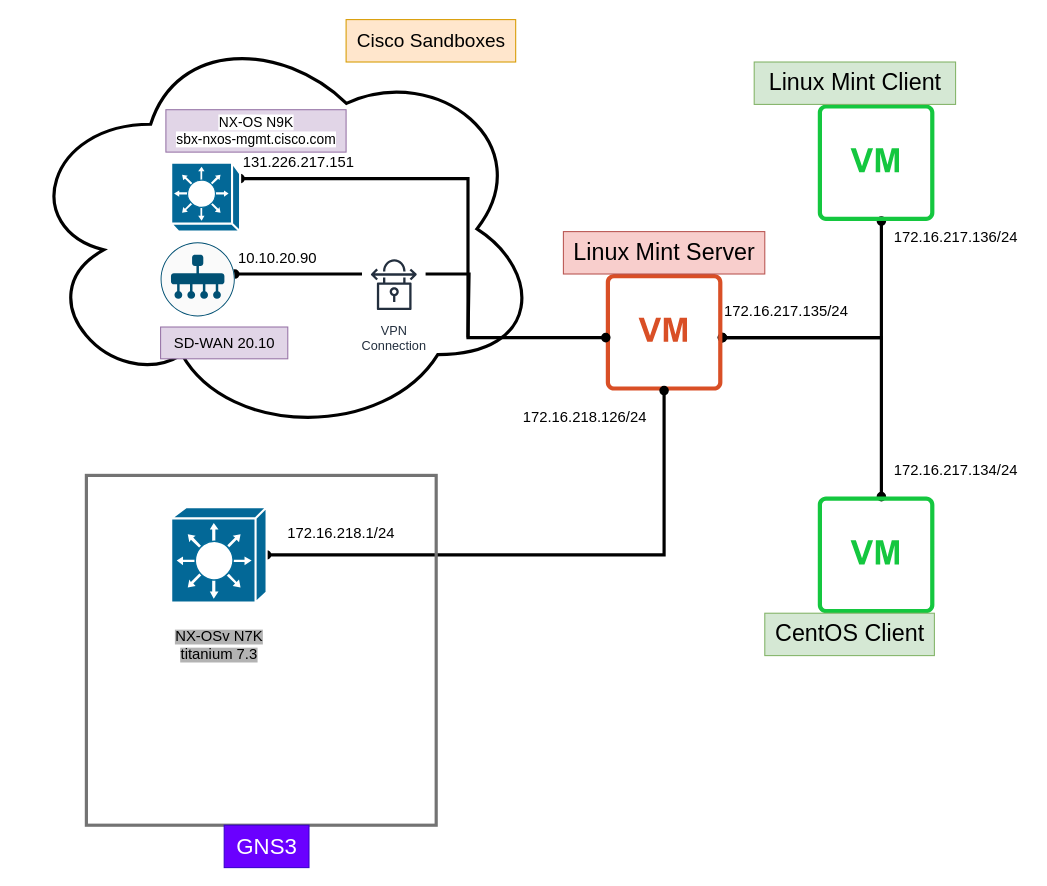
Before: HomeLab.drawio in dragonka79/root, a draw.io diagram. Source tidied: cells renumbered, new cells numbered last; positions are measured from the earlier drawing's top-left corner, leaving out a move shared by most shapes. Both pictures are drawn from the tidied source at 106%, with x=0, y=0 at pixel (20, 19).
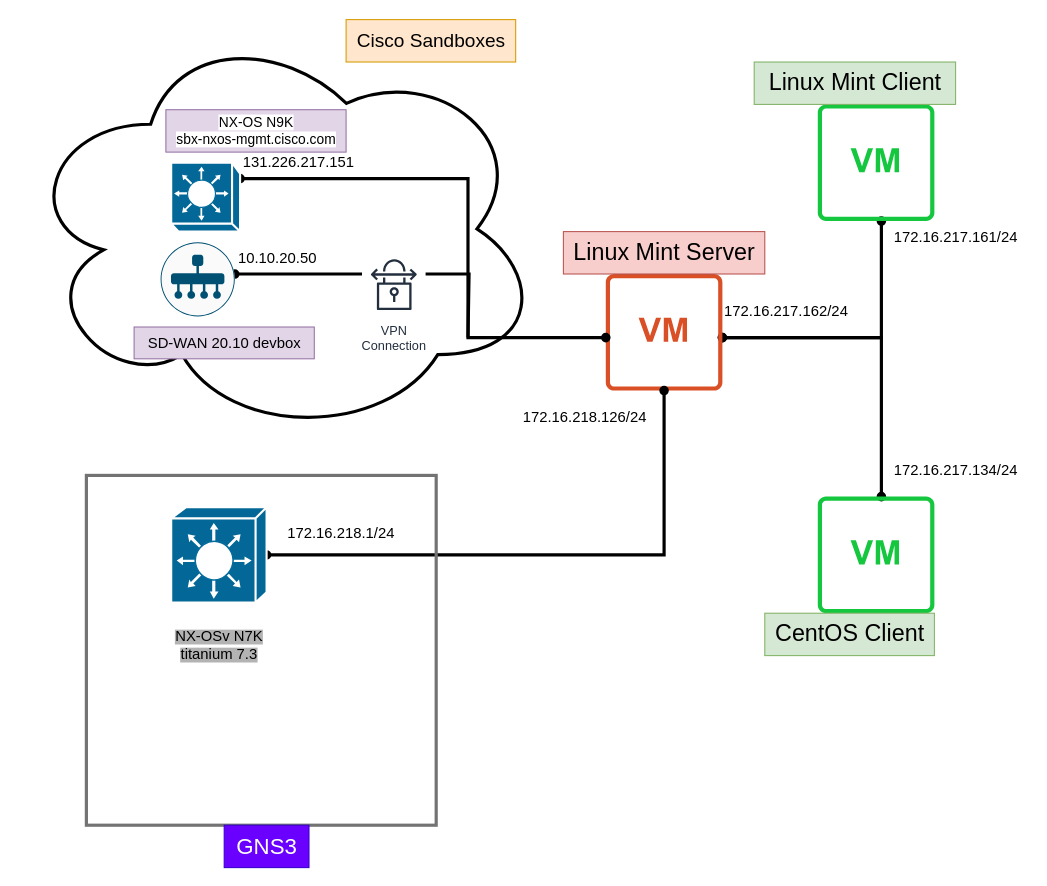
After the change.

What changed in the source:
```diff
@@
-    <mxCell id="9" value="&lt;font style=&quot;font-size: 14px;&quot;&gt;172.16.217.135/24&lt;/font&gt;" style="text;html=1;align=center;verticalAlign=middle;strokeColor=none;fillColor=none;strokeWidth=2;" parent="1" vertex="1">
+    <mxCell id="9" value="&lt;font style=&quot;font-size: 14px;&quot;&gt;172.16.217.162/24&lt;/font&gt;" style="text;html=1;align=center;verticalAlign=middle;strokeColor=none;fillColor=none;strokeWidth=2;" parent="1" vertex="1">
       <mxGeometry x="652" y="260" width="140" height="30" as="geometry" />
     </mxCell>
-    <mxCell id="10" value="&lt;font style=&quot;font-size: 14px;&quot;&gt;172.16.217.136/24&lt;/font&gt;" style="text;html=1;align=center;verticalAlign=middle;strokeColor=none;fillColor=none;strokeWidth=2;" parent="1" vertex="1">
+    <mxCell id="10" value="&lt;font style=&quot;font-size: 14px;&quot;&gt;172.16.217.161/24&lt;/font&gt;" style="text;html=1;align=center;verticalAlign=middle;strokeColor=none;fillColor=none;strokeWidth=2;" parent="1" vertex="1">
       <mxGeometry x="812" y="190" width="140" height="30" as="geometry" />
     </mxCell>
@@
-    <mxCell id="28" value="&lt;font style=&quot;font-size: 14px;&quot;&gt;SD-WAN 20.10&lt;/font&gt;" style="text;html=1;align=center;verticalAlign=middle;strokeColor=#9673a6;fillColor=#e1d5e7;" parent="1" vertex="1">
-      <mxGeometry x="132" y="290" width="120" height="30" as="geometry" />
+    <mxCell id="28" value="&lt;font style=&quot;font-size: 14px;&quot;&gt;SD-WAN 20.10 devbox&lt;/font&gt;" style="text;html=1;align=center;verticalAlign=middle;strokeColor=#9673a6;fillColor=#e1d5e7;" parent="1" vertex="1">
+      <mxGeometry x="107" y="290" width="170" height="30" as="geometry" />
     </mxCell>
-    <mxCell id="29" value="&lt;font style=&quot;font-size: 14px;&quot;&gt;10.10.20.90&lt;/font&gt;" style="text;html=1;align=center;verticalAlign=middle;strokeColor=none;fillColor=none;" parent="1" vertex="1">
+    <mxCell id="29" value="&lt;font style=&quot;font-size: 14px;&quot;&gt;10.10.20.50&lt;/font&gt;" style="text;html=1;align=center;verticalAlign=middle;strokeColor=none;fillColor=none;" parent="1" vertex="1">
       <mxGeometry x="192" y="210" width="100" height="30" as="geometry" />
     </mxCell>
```
